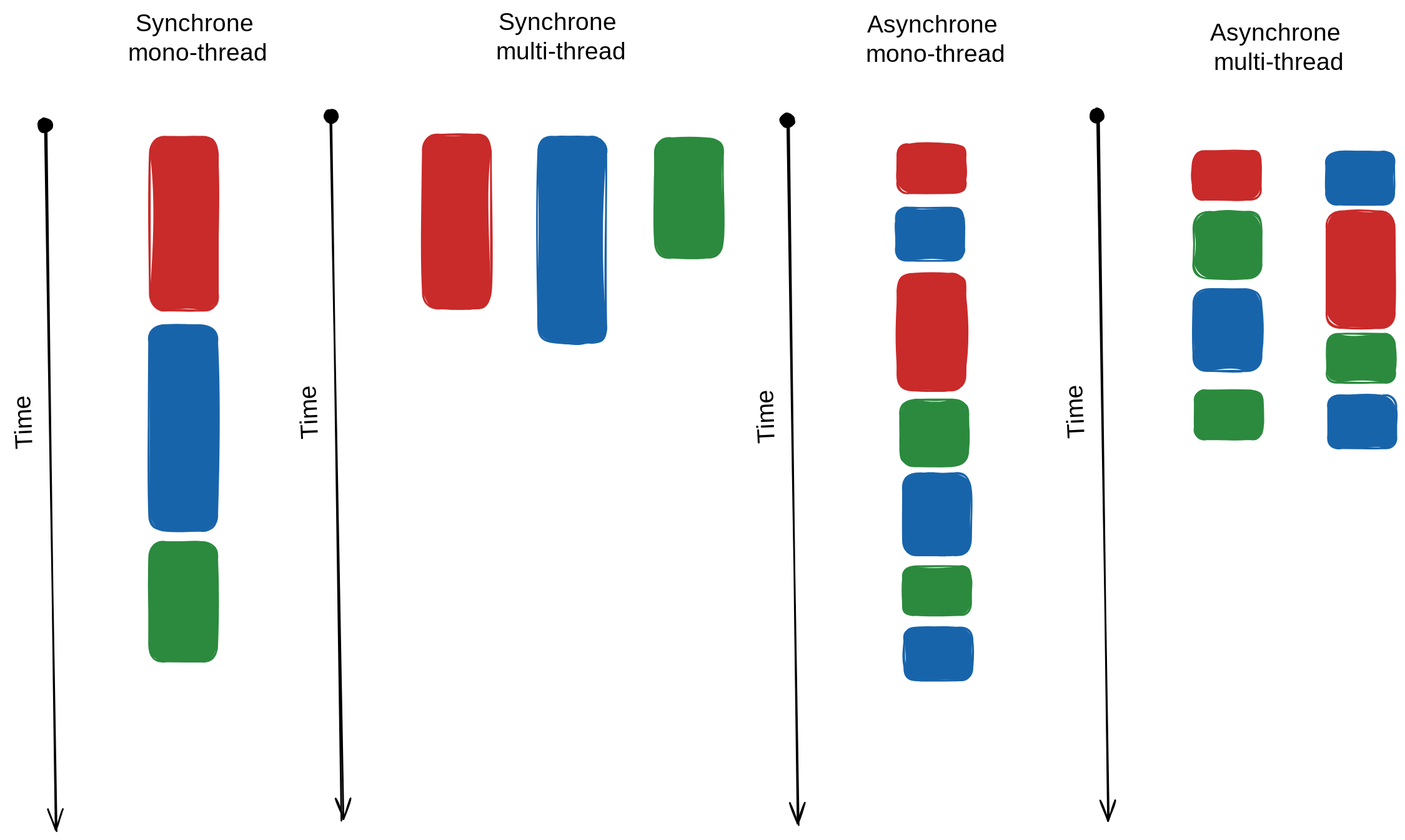
ue22-p25/backend keeps this Excalidraw diagram as notebooks/media/concurrency.excalidraw.svg. Above is the earlier version. Source tidied: one line per element, renumbered; positions are measured from the earlier drawing's top-left corner, leaving out a move shared by most shapes. Its diagram source:
```json
{"id": 0, "type": "arrow", "strokeColor": "#000000", "backgroundColor": "#ffffff", "fillStyle": "solid", "strokeWidth": 2, "roughness": 1, "startArrowhead": "dot", "endArrowhead": "arrow", "round": true, "x": 61, "y": 133, "width": 13, "height": 805, "points": [[0, 0], [13, 805]]}
{"id": 1, "type": "text", "text": "Time ", "strokeColor": "#000000", "angle": 4.67, "backgroundColor": "#ffffff", "fillStyle": "solid", "strokeWidth": 2, "roughness": 1, "fontSize": 28, "fontFamily": 1, "x": 0, "y": 449, "width": 76, "height": 34}
{"id": 2, "type": "rectangle", "strokeColor": "#c92a2a", "backgroundColor": "#c92a2a", "fillStyle": "solid", "strokeWidth": 2, "roughness": 1, "round": true, "x": 181, "y": 146, "width": 78, "height": 199}
{"id": 3, "type": "rectangle", "strokeColor": "#1864ab", "backgroundColor": "#1864ab", "fillStyle": "solid", "strokeWidth": 2, "roughness": 1, "round": true, "x": 180, "y": 361, "width": 78, "height": 235}
{"id": 4, "type": "rectangle", "strokeColor": "#2b8a3e", "backgroundColor": "#2b8a3e", "fillStyle": "solid", "strokeWidth": 2, "roughness": 1, "round": true, "x": 180, "y": 609, "width": 78, "height": 137}
{"id": 5, "type": "arrow", "strokeColor": "#000000", "backgroundColor": "#ffffff", "fillStyle": "solid", "strokeWidth": 2, "roughness": 1, "startArrowhead": "dot", "endArrowhead": "arrow", "round": true, "x": 388, "y": 122, "width": 13, "height": 805, "points": [[0, 0], [13, 805]]}
{"id": 6, "type": "text", "text": "Time ", "strokeColor": "#000000", "angle": 4.67, "backgroundColor": "#ffffff", "fillStyle": "solid", "strokeWidth": 2, "roughness": 1, "fontSize": 28, "fontFamily": 1, "x": 326, "y": 437, "width": 76, "height": 34}
{"id": 7, "type": "rectangle", "strokeColor": "#c92a2a", "backgroundColor": "#c92a2a", "fillStyle": "solid", "strokeWidth": 2, "roughness": 1, "round": true, "x": 493, "y": 144, "width": 78, "height": 199}
{"id": 8, "type": "rectangle", "strokeColor": "#1864ab", "backgroundColor": "#1864ab", "fillStyle": "solid", "strokeWidth": 2, "roughness": 1, "round": true, "x": 625, "y": 146, "width": 78, "height": 235}
{"id": 9, "type": "rectangle", "strokeColor": "#2b8a3e", "backgroundColor": "#2b8a3e", "fillStyle": "solid", "strokeWidth": 2, "roughness": 1, "round": true, "x": 758, "y": 148, "width": 78, "height": 137}
{"id": 10, "type": "text", "text": "Synchrone \nmulti-thread", "strokeColor": "#000000", "backgroundColor": "#ffffff", "fillStyle": "solid", "strokeWidth": 2, "roughness": 1, "fontSize": 28, "fontFamily": 1, "textAlign": "center", "x": 568, "y": 0, "width": 166, "height": 67}
{"id": 11, "type": "arrow", "strokeColor": "#000000", "backgroundColor": "#ffffff", "fillStyle": "solid", "strokeWidth": 2, "roughness": 1, "startArrowhead": "dot", "endArrowhead": "arrow", "round": true, "x": 910, "y": 127, "width": 13, "height": 805, "points": [[0, 0], [13, 805]]}
{"id": 12, "type": "text", "text": "Time ", "strokeColor": "#000000", "angle": 4.67, "backgroundColor": "#ffffff", "fillStyle": "solid", "strokeWidth": 2, "roughness": 1, "fontSize": 28, "fontFamily": 1, "x": 849, "y": 442, "width": 76, "height": 34}
{"id": 13, "type": "rectangle", "strokeColor": "#c92a2a", "backgroundColor": "#c92a2a", "fillStyle": "solid", "strokeWidth": 2, "roughness": 1, "round": true, "x": 1035, "y": 155, "width": 78, "height": 56}
{"id": 14, "type": "rectangle", "strokeColor": "#c92a2a", "backgroundColor": "#c92a2a", "fillStyle": "solid", "strokeWidth": 2, "roughness": 1, "round": true, "x": 1035, "y": 303, "width": 78, "height": 133}
{"id": 15, "type": "rectangle", "strokeColor": "#1864ab", "backgroundColor": "#1864ab", "fillStyle": "solid", "strokeWidth": 2, "roughness": 1, "round": true, "x": 1034, "y": 227, "width": 78, "height": 60}
{"id": 16, "type": "rectangle", "strokeColor": "#1864ab", "backgroundColor": "#1864ab", "fillStyle": "solid", "strokeWidth": 2, "roughness": 1, "round": true, "x": 1043, "y": 707, "width": 78, "height": 60}
{"id": 17, "type": "rectangle", "strokeColor": "#1864ab", "backgroundColor": "#1864ab", "fillStyle": "solid", "strokeWidth": 2, "roughness": 1, "round": true, "x": 1042, "y": 531, "width": 78, "height": 94}
{"id": 18, "type": "rectangle", "strokeColor": "#2b8a3e", "backgroundColor": "#2b8a3e", "fillStyle": "solid", "strokeWidth": 2, "roughness": 1, "round": true, "x": 1038, "y": 446, "width": 78, "height": 76}
{"id": 19, "type": "rectangle", "strokeColor": "#2b8a3e", "backgroundColor": "#2b8a3e", "fillStyle": "solid", "strokeWidth": 2, "roughness": 1, "round": true, "x": 1042, "y": 637, "width": 78, "height": 56}
{"id": 20, "type": "text", "text": "Synchrone \nmono-thread", "strokeColor": "#000000", "backgroundColor": "#ffffff", "fillStyle": "solid", "strokeWidth": 2, "roughness": 1, "fontSize": 28, "fontFamily": 1, "textAlign": "center", "x": 153, "y": 2, "width": 165, "height": 67}
{"id": 21, "type": "text", "text": "Asynchrone \nmono-thread", "strokeColor": "#000000", "backgroundColor": "#ffffff", "fillStyle": "solid", "strokeWidth": 2, "roughness": 1, "fontSize": 28, "fontFamily": 1, "textAlign": "center", "x": 996, "y": 3, "width": 165, "height": 67}
{"id": 22, "type": "arrow", "strokeColor": "#000000", "backgroundColor": "#ffffff", "fillStyle": "solid", "strokeWidth": 2, "roughness": 1, "startArrowhead": "dot", "endArrowhead": "arrow", "round": true, "x": 1264, "y": 121, "width": 13, "height": 805, "points": [[0, 0], [13, 805]]}
{"id": 23, "type": "text", "text": "Time ", "strokeColor": "#000000", "angle": 4.67, "backgroundColor": "#ffffff", "fillStyle": "solid", "strokeWidth": 2, "roughness": 1, "fontSize": 28, "fontFamily": 1, "x": 1202, "y": 436, "width": 76, "height": 34}
{"id": 24, "type": "rectangle", "strokeColor": "#c92a2a", "backgroundColor": "#c92a2a", "fillStyle": "solid", "strokeWidth": 2, "roughness": 1, "round": true, "x": 1373, "y": 162, "width": 78, "height": 56}
{"id": 25, "type": "rectangle", "strokeColor": "#1864ab", "backgroundColor": "#1864ab", "fillStyle": "solid", "strokeWidth": 2, "roughness": 1, "round": true, "x": 1525, "y": 163, "width": 78, "height": 60}
{"id": 26, "type": "rectangle", "strokeColor": "#2b8a3e", "backgroundColor": "#2b8a3e", "fillStyle": "solid", "strokeWidth": 2, "roughness": 1, "round": true, "x": 1374, "y": 232, "width": 78, "height": 76}
{"id": 27, "type": "rectangle", "strokeColor": "#c92a2a", "backgroundColor": "#c92a2a", "fillStyle": "solid", "strokeWidth": 2, "roughness": 1, "round": true, "x": 1526, "y": 231, "width": 78, "height": 133}
{"id": 28, "type": "rectangle", "strokeColor": "#2b8a3e", "backgroundColor": "#2b8a3e", "fillStyle": "solid", "strokeWidth": 2, "roughness": 1, "round": true, "x": 1526, "y": 371, "width": 78, "height": 56}
{"id": 29, "type": "rectangle", "strokeColor": "#1864ab", "backgroundColor": "#1864ab", "fillStyle": "solid", "strokeWidth": 2, "roughness": 1, "round": true, "x": 1374, "y": 320, "width": 78, "height": 94}
{"id": 30, "type": "rectangle", "strokeColor": "#1864ab", "backgroundColor": "#1864ab", "fillStyle": "solid", "strokeWidth": 2, "roughness": 1, "round": true, "x": 1528, "y": 442, "width": 78, "height": 60}
{"id": 31, "type": "rectangle", "strokeColor": "#2b8a3e", "backgroundColor": "#2b8a3e", "fillStyle": "solid", "strokeWidth": 2, "roughness": 1, "round": true, "x": 1375, "y": 436, "width": 78, "height": 56}
{"id": 32, "type": "text", "text": "Asynchrone \nmulti-thread", "strokeColor": "#000000", "backgroundColor": "#ffffff", "fillStyle": "solid", "strokeWidth": 2, "roughness": 1, "fontSize": 28, "fontFamily": 1, "textAlign": "center", "x": 1388, "y": 13, "width": 166, "height": 67}
```
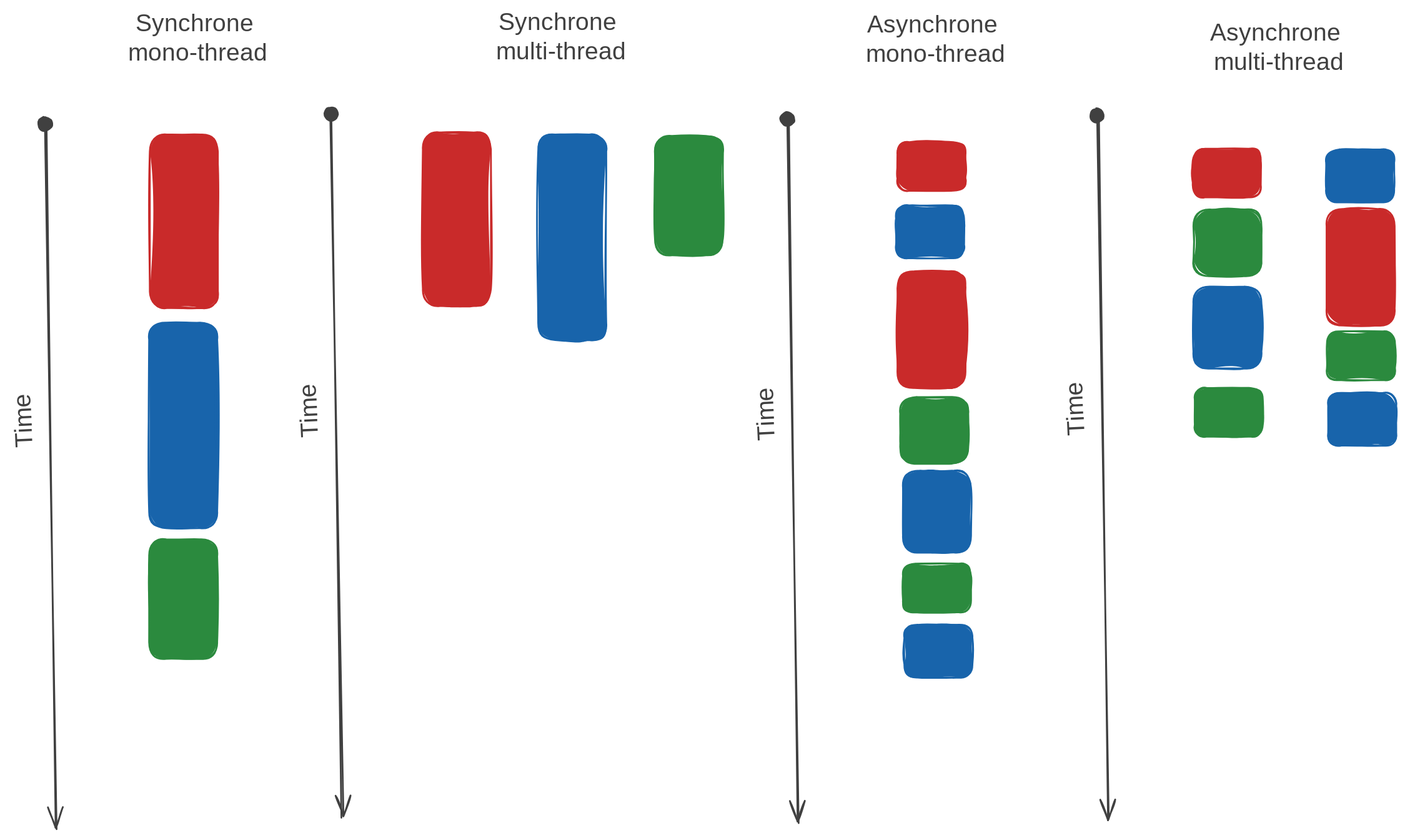
After the change.

The edit, as a diff of the source:
```diff
@@ -1,16 +1,16 @@
-{"id": 0, "type": "arrow", "strokeColor": "#000000", "backgroundColor": "#ffffff", "fillStyle": "solid", "strokeWidth": 2, "roughness": 1, "startArrowhead": "dot", "endArrowhead": "arrow", "round": true, "x": 61, "y": 133, "width": 13, "height": 805, "points": [[0, 0], [13, 805]]}
+{"id": 0, "type": "arrow", "strokeColor": "#404040", "backgroundColor": "#ffffff", "fillStyle": "solid", "strokeWidth": 2, "roughness": 1, "startArrowhead": "dot", "endArrowhead": "arrow", "round": true, "x": 61, "y": 135, "width": 13, "height": 805, "points": [[0, 0], [13, 805]]}
-{"id": 1, "type": "text", "text": "Time ", "strokeColor": "#000000", "angle": 4.67, "backgroundColor": "#ffffff", "fillStyle": "solid", "strokeWidth": 2, "roughness": 1, "fontSize": 28, "fontFamily": 1, "x": 0, "y": 449, "width": 76, "height": 34}
+{"id": 1, "type": "text", "text": "Time ", "strokeColor": "#404040", "angle": 4.67, "backgroundColor": "#ffffff", "fillStyle": "solid", "strokeWidth": 2, "roughness": 1, "fontSize": 28, "fontFamily": 1, "x": 0, "y": 450, "width": 76, "height": 34}
 {"id": 2, "type": "rectangle", "strokeColor": "#c92a2a", "backgroundColor": "#c92a2a", "fillStyle": "solid", "strokeWidth": 2, "roughness": 1, "round": true, "x": 181, "y": 146, "width": 78, "height": 199}
 {"id": 3, "type": "rectangle", "strokeColor": "#1864ab", "backgroundColor": "#1864ab", "fillStyle": "solid", "strokeWidth": 2, "roughness": 1, "round": true, "x": 180, "y": 361, "width": 78, "height": 235}
 {"id": 4, "type": "rectangle", "strokeColor": "#2b8a3e", "backgroundColor": "#2b8a3e", "fillStyle": "solid", "strokeWidth": 2, "roughness": 1, "round": true, "x": 180, "y": 609, "width": 78, "height": 137}
-{"id": 5, "type": "arrow", "strokeColor": "#000000", "backgroundColor": "#ffffff", "fillStyle": "solid", "strokeWidth": 2, "roughness": 1, "startArrowhead": "dot", "endArrowhead": "arrow", "round": true, "x": 388, "y": 122, "width": 13, "height": 805, "points": [[0, 0], [13, 805]]}
+{"id": 5, "type": "arrow", "strokeColor": "#404040", "backgroundColor": "#ffffff", "fillStyle": "solid", "strokeWidth": 2, "roughness": 1, "startArrowhead": "dot", "endArrowhead": "arrow", "round": true, "x": 388, "y": 122, "width": 13, "height": 805, "points": [[0, 0], [13, 805]]}
-{"id": 6, "type": "text", "text": "Time ", "strokeColor": "#000000", "angle": 4.67, "backgroundColor": "#ffffff", "fillStyle": "solid", "strokeWidth": 2, "roughness": 1, "fontSize": 28, "fontFamily": 1, "x": 326, "y": 437, "width": 76, "height": 34}
+{"id": 6, "type": "text", "text": "Time ", "strokeColor": "#404040", "angle": 4.67, "backgroundColor": "#ffffff", "fillStyle": "solid", "strokeWidth": 2, "roughness": 1, "fontSize": 28, "fontFamily": 1, "x": 326, "y": 438, "width": 76, "height": 34}
 {"id": 7, "type": "rectangle", "strokeColor": "#c92a2a", "backgroundColor": "#c92a2a", "fillStyle": "solid", "strokeWidth": 2, "roughness": 1, "round": true, "x": 493, "y": 144, "width": 78, "height": 199}
 {"id": 8, "type": "rectangle", "strokeColor": "#1864ab", "backgroundColor": "#1864ab", "fillStyle": "solid", "strokeWidth": 2, "roughness": 1, "round": true, "x": 625, "y": 146, "width": 78, "height": 235}
 {"id": 9, "type": "rectangle", "strokeColor": "#2b8a3e", "backgroundColor": "#2b8a3e", "fillStyle": "solid", "strokeWidth": 2, "roughness": 1, "round": true, "x": 758, "y": 148, "width": 78, "height": 137}
-{"id": 10, "type": "text", "text": "Synchrone \nmulti-thread", "strokeColor": "#000000", "backgroundColor": "#ffffff", "fillStyle": "solid", "strokeWidth": 2, "roughness": 1, "fontSize": 28, "fontFamily": 1, "textAlign": "center", "x": 568, "y": 0, "width": 166, "height": 67}
+{"id": 10, "type": "text", "text": "Synchrone \nmulti-thread", "strokeColor": "#404040", "backgroundColor": "#ffffff", "fillStyle": "solid", "strokeWidth": 2, "roughness": 1, "fontSize": 28, "fontFamily": 1, "textAlign": "center", "x": 568, "y": 2, "width": 166, "height": 67}
-{"id": 11, "type": "arrow", "strokeColor": "#000000", "backgroundColor": "#ffffff", "fillStyle": "solid", "strokeWidth": 2, "roughness": 1, "startArrowhead": "dot", "endArrowhead": "arrow", "round": true, "x": 910, "y": 127, "width": 13, "height": 805, "points": [[0, 0], [13, 805]]}
+{"id": 11, "type": "arrow", "strokeColor": "#404040", "backgroundColor": "#ffffff", "fillStyle": "solid", "strokeWidth": 2, "roughness": 1, "startArrowhead": "dot", "endArrowhead": "arrow", "round": true, "x": 910, "y": 128, "width": 13, "height": 805, "points": [[0, 0], [13, 805]]}
-{"id": 12, "type": "text", "text": "Time ", "strokeColor": "#000000", "angle": 4.67, "backgroundColor": "#ffffff", "fillStyle": "solid", "strokeWidth": 2, "roughness": 1, "fontSize": 28, "fontFamily": 1, "x": 849, "y": 442, "width": 76, "height": 34}
+{"id": 12, "type": "text", "text": "Time ", "strokeColor": "#404040", "angle": 4.67, "backgroundColor": "#ffffff", "fillStyle": "solid", "strokeWidth": 2, "roughness": 1, "fontSize": 28, "fontFamily": 1, "x": 849, "y": 442, "width": 76, "height": 34}
 {"id": 13, "type": "rectangle", "strokeColor": "#c92a2a", "backgroundColor": "#c92a2a", "fillStyle": "solid", "strokeWidth": 2, "roughness": 1, "round": true, "x": 1035, "y": 155, "width": 78, "height": 56}
 {"id": 14, "type": "rectangle", "strokeColor": "#c92a2a", "backgroundColor": "#c92a2a", "fillStyle": "solid", "strokeWidth": 2, "roughness": 1, "round": true, "x": 1035, "y": 303, "width": 78, "height": 133}
 {"id": 15, "type": "rectangle", "strokeColor": "#1864ab", "backgroundColor": "#1864ab", "fillStyle": "solid", "strokeWidth": 2, "roughness": 1, "round": true, "x": 1034, "y": 227, "width": 78, "height": 60}
@@ -18,10 +18,10 @@
 {"id": 17, "type": "rectangle", "strokeColor": "#1864ab", "backgroundColor": "#1864ab", "fillStyle": "solid", "strokeWidth": 2, "roughness": 1, "round": true, "x": 1042, "y": 531, "width": 78, "height": 94}
 {"id": 18, "type": "rectangle", "strokeColor": "#2b8a3e", "backgroundColor": "#2b8a3e", "fillStyle": "solid", "strokeWidth": 2, "roughness": 1, "round": true, "x": 1038, "y": 446, "width": 78, "height": 76}
 {"id": 19, "type": "rectangle", "strokeColor": "#2b8a3e", "backgroundColor": "#2b8a3e", "fillStyle": "solid", "strokeWidth": 2, "roughness": 1, "round": true, "x": 1042, "y": 637, "width": 78, "height": 56}
-{"id": 20, "type": "text", "text": "Synchrone \nmono-thread", "strokeColor": "#000000", "backgroundColor": "#ffffff", "fillStyle": "solid", "strokeWidth": 2, "roughness": 1, "fontSize": 28, "fontFamily": 1, "textAlign": "center", "x": 153, "y": 2, "width": 165, "height": 67}
+{"id": 20, "type": "text", "text": "Synchrone \nmono-thread", "strokeColor": "#404040", "backgroundColor": "#ffffff", "fillStyle": "solid", "strokeWidth": 2, "roughness": 1, "fontSize": 28, "fontFamily": 1, "textAlign": "center", "x": 153, "y": 4, "width": 165, "height": 67}
-{"id": 21, "type": "text", "text": "Asynchrone \nmono-thread", "strokeColor": "#000000", "backgroundColor": "#ffffff", "fillStyle": "solid", "strokeWidth": 2, "roughness": 1, "fontSize": 28, "fontFamily": 1, "textAlign": "center", "x": 996, "y": 3, "width": 165, "height": 67}
+{"id": 21, "type": "text", "text": "Asynchrone \nmono-thread", "strokeColor": "#404040", "backgroundColor": "#ffffff", "fillStyle": "solid", "strokeWidth": 2, "roughness": 1, "fontSize": 28, "fontFamily": 1, "textAlign": "center", "x": 996, "y": 6, "width": 165, "height": 67}
-{"id": 22, "type": "arrow", "strokeColor": "#000000", "backgroundColor": "#ffffff", "fillStyle": "solid", "strokeWidth": 2, "roughness": 1, "startArrowhead": "dot", "endArrowhead": "arrow", "round": true, "x": 1264, "y": 121, "width": 13, "height": 805, "points": [[0, 0], [13, 805]]}
+{"id": 22, "type": "arrow", "strokeColor": "#404040", "backgroundColor": "#ffffff", "fillStyle": "solid", "strokeWidth": 2, "roughness": 1, "startArrowhead": "dot", "endArrowhead": "arrow", "round": true, "x": 1264, "y": 124, "width": 13, "height": 805, "points": [[0, 0], [13, 805]]}
-{"id": 23, "type": "text", "text": "Time ", "strokeColor": "#000000", "angle": 4.67, "backgroundColor": "#ffffff", "fillStyle": "solid", "strokeWidth": 2, "roughness": 1, "fontSize": 28, "fontFamily": 1, "x": 1202, "y": 436, "width": 76, "height": 34}
+{"id": 23, "type": "text", "text": "Time ", "strokeColor": "#404040", "angle": 4.67, "backgroundColor": "#ffffff", "fillStyle": "solid", "strokeWidth": 2, "roughness": 1, "fontSize": 28, "fontFamily": 1, "x": 1202, "y": 436, "width": 76, "height": 34}
 {"id": 24, "type": "rectangle", "strokeColor": "#c92a2a", "backgroundColor": "#c92a2a", "fillStyle": "solid", "strokeWidth": 2, "roughness": 1, "round": true, "x": 1373, "y": 162, "width": 78, "height": 56}
 {"id": 25, "type": "rectangle", "strokeColor": "#1864ab", "backgroundColor": "#1864ab", "fillStyle": "solid", "strokeWidth": 2, "roughness": 1, "round": true, "x": 1525, "y": 163, "width": 78, "height": 60}
 {"id": 26, "type": "rectangle", "strokeColor": "#2b8a3e", "backgroundColor": "#2b8a3e", "fillStyle": "solid", "strokeWidth": 2, "roughness": 1, "round": true, "x": 1374, "y": 232, "width": 78, "height": 76}
@@ -30,4 +30,4 @@
 {"id": 29, "type": "rectangle", "strokeColor": "#1864ab", "backgroundColor": "#1864ab", "fillStyle": "solid", "strokeWidth": 2, "roughness": 1, "round": true, "x": 1374, "y": 320, "width": 78, "height": 94}
 {"id": 30, "type": "rectangle", "strokeColor": "#1864ab", "backgroundColor": "#1864ab", "fillStyle": "solid", "strokeWidth": 2, "roughness": 1, "round": true, "x": 1528, "y": 442, "width": 78, "height": 60}
 {"id": 31, "type": "rectangle", "strokeColor": "#2b8a3e", "backgroundColor": "#2b8a3e", "fillStyle": "solid", "strokeWidth": 2, "roughness": 1, "round": true, "x": 1375, "y": 436, "width": 78, "height": 56}
-{"id": 32, "type": "text", "text": "Asynchrone \nmulti-thread", "strokeColor": "#000000", "backgroundColor": "#ffffff", "fillStyle": "solid", "strokeWidth": 2, "roughness": 1, "fontSize": 28, "fontFamily": 1, "textAlign": "center", "x": 1388, "y": 13, "width": 166, "height": 67}
+{"id": 32, "type": "text", "text": "Asynchrone \nmulti-thread", "strokeColor": "#404040", "backgroundColor": "#ffffff", "fillStyle": "solid", "strokeWidth": 2, "roughness": 1, "fontSize": 28, "fontFamily": 1, "textAlign": "center", "x": 1388, "y": 15, "width": 166, "height": 67}
```
